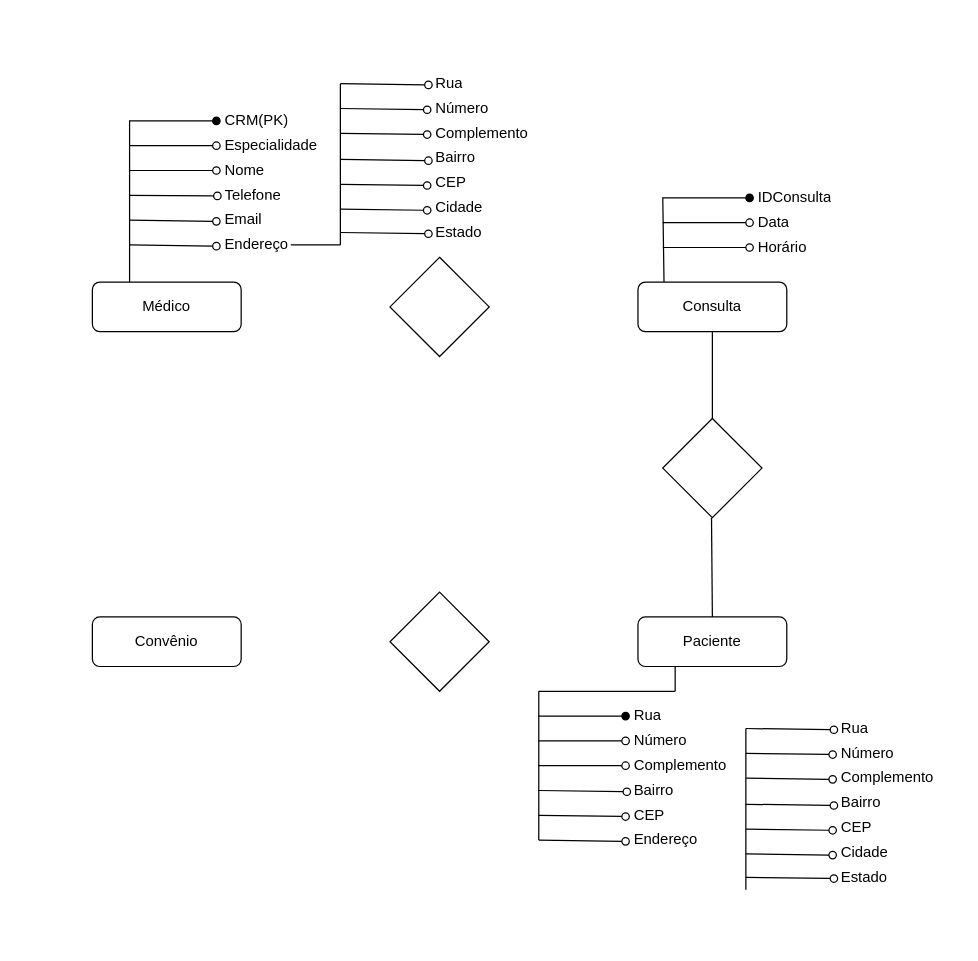
The draw.io diagram Diagrama Clinica médica.drawio in lucassenderski/Diagramas, before the edit. Source tidied: cells renumbered, new cells numbered last; positions are measured from the earlier drawing's top-left corner, leaving out a move shared by most shapes. Both pictures are drawn from the tidied source at 124%, with x=0, y=0 at pixel (92, 71).
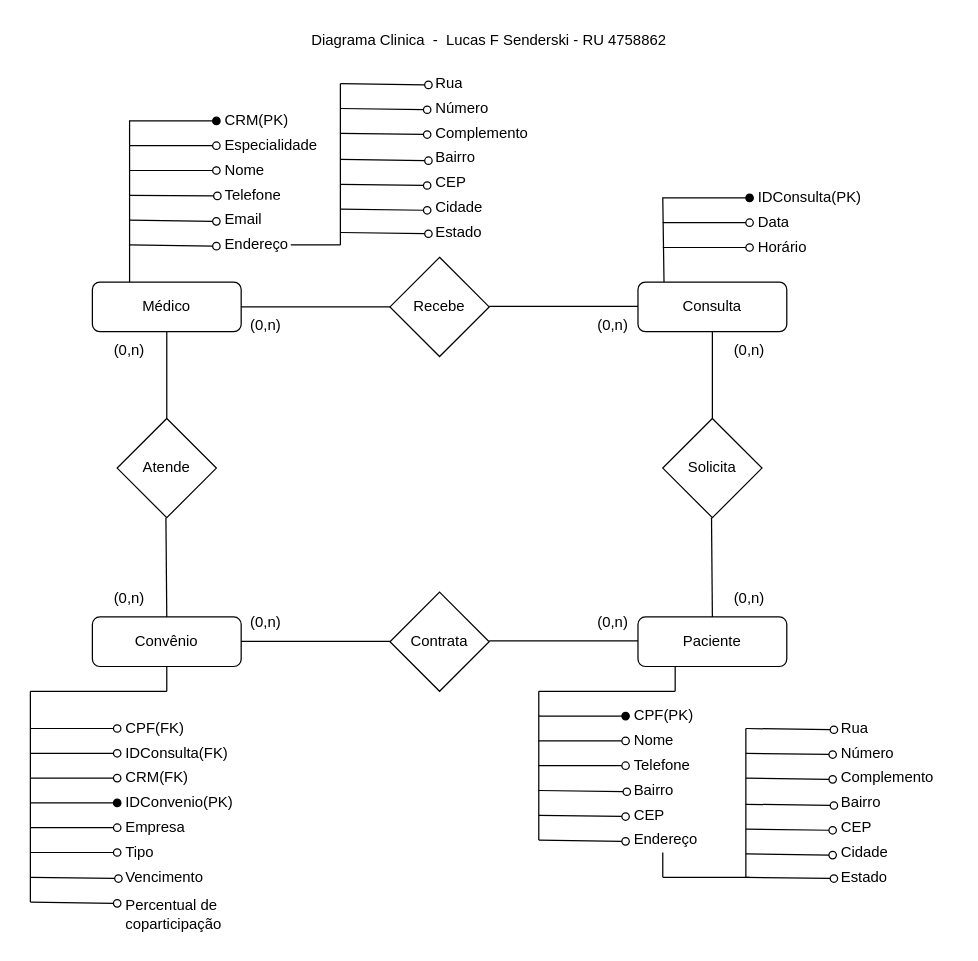
After the change.

Unchanged cells that the change refers to:
```xml
<mxCell id="2" value="Médico" style="rounded=1;whiteSpace=wrap;html=1;fontSize=12;glass=0;strokeWidth=1;shadow=0;" parent="1" vertex="1">
  <mxGeometry y="170" width="120" height="40" as="geometry" />
</mxCell>
```

What changed in the source:
```diff
@@
-    <mxCell id="6" style="rhombus;whiteSpace=wrap;html=1;" parent="1" vertex="1">
+    <mxCell id="6" value="Recebe" style="rhombus;whiteSpace=wrap;html=1;" parent="1" vertex="1">
       <mxGeometry x="240" y="150" width="80" height="80" as="geometry" />
     </mxCell>
-    <mxCell id="7" style="rhombus;whiteSpace=wrap;html=1;" parent="1" vertex="1">
+    <mxCell id="7" value="Contrata" style="rhombus;whiteSpace=wrap;html=1;" parent="1" vertex="1">
       <mxGeometry x="240" y="420" width="80" height="80" as="geometry" />
     </mxCell>
@@
-    <mxCell id="38" value="IDConsulta" style="shape=partialRectangle;html=1;whiteSpace=wrap;strokeColor=inherit;overflow=hidden;fillColor=none;top=0;left=0;bottom=0;right=0;fontSize=12;align=left;spacingLeft=5;" parent="1" vertex="1">
+    <mxCell id="38" value="IDConsulta(PK)" style="shape=partialRectangle;html=1;whiteSpace=wrap;strokeColor=inherit;overflow=hidden;fillColor=none;top=0;left=0;bottom=0;right=0;fontSize=12;align=left;spacingLeft=5;" parent="1" vertex="1">
       <mxGeometry x="530" y="92.1" width="100" height="20" as="geometry" />
     </mxCell>
@@
-    <mxCell id="51" style="rhombus;whiteSpace=wrap;html=1;" parent="1" vertex="1">
+    <mxCell id="51" value="Solicita" style="rhombus;whiteSpace=wrap;html=1;" parent="1" vertex="1">
       <mxGeometry x="460" y="280" width="80" height="80" as="geometry" />
     </mxCell>
@@
     <mxCell id="57" style="endArrow=none;html=1;rounded=0;" parent="1" edge="1">
       <mxGeometry relative="1" as="geometry">
-        <mxPoint x="527" y="660" as="sourcePoint" />
+        <mxPoint x="527" y="650" as="sourcePoint" />
         <mxPoint x="527" y="530" as="targetPoint" />
       </mxGeometry>
     </mxCell>
@@
-    <mxCell id="78" value="Número" style="shape=partialRectangle;html=1;whiteSpace=wrap;strokeColor=inherit;overflow=hidden;fillColor=none;top=0;left=0;bottom=0;right=0;fontSize=12;align=left;spacingLeft=5;" parent="1" vertex="1">
+    <mxCell id="78" value="Nome" style="shape=partialRectangle;html=1;whiteSpace=wrap;strokeColor=inherit;overflow=hidden;fillColor=none;top=0;left=0;bottom=0;right=0;fontSize=12;align=left;spacingLeft=5;" parent="1" vertex="1">
       <mxGeometry x="430" y="530" width="100" height="20" as="geometry" />
     </mxCell>
-    <mxCell id="79" value="Rua" style="shape=partialRectangle;html=1;whiteSpace=wrap;strokeColor=inherit;overflow=hidden;fillColor=none;top=0;left=0;bottom=0;right=0;fontSize=12;align=left;spacingLeft=5;" parent="1" vertex="1">
+    <mxCell id="79" value="CPF(PK)" style="shape=partialRectangle;html=1;whiteSpace=wrap;strokeColor=inherit;overflow=hidden;fillColor=none;top=0;left=0;bottom=0;right=0;fontSize=12;align=left;spacingLeft=5;" parent="1" vertex="1">
       <mxGeometry x="430" y="510" width="100" height="20" as="geometry" />
     </mxCell>
-    <mxCell id="80" value="Complemento" style="shape=partialRectangle;html=1;whiteSpace=wrap;strokeColor=inherit;overflow=hidden;fillColor=none;top=0;left=0;bottom=0;right=0;fontSize=12;align=left;spacingLeft=5;" parent="1" vertex="1">
+    <mxCell id="80" value="Telefone" style="shape=partialRectangle;html=1;whiteSpace=wrap;strokeColor=inherit;overflow=hidden;fillColor=none;top=0;left=0;bottom=0;right=0;fontSize=12;align=left;spacingLeft=5;" parent="1" vertex="1">
       <mxGeometry x="430" y="550" width="100" height="20" as="geometry" />
     </mxCell>
@@
+    <mxCell id="84" style="endArrow=none;html=1;rounded=0;" parent="1" edge="1">
+      <mxGeometry relative="1" as="geometry">
+        <mxPoint x="460" y="650" as="sourcePoint" />
+        <mxPoint x="530" y="650" as="targetPoint" />
+      </mxGeometry>
+    </mxCell>
+    <mxCell id="85" style="endArrow=none;html=1;rounded=0;" parent="1" edge="1">
+      <mxGeometry relative="1" as="geometry">
+        <mxPoint x="460" y="650" as="sourcePoint" />
+        <mxPoint x="460" y="630" as="targetPoint" />
+      </mxGeometry>
+    </mxCell>
+    <mxCell id="86" style="endArrow=oval;html=1;rounded=0;endFill=1;entryX=0;entryY=0.5;entryDx=0;entryDy=0;" parent="1" edge="1">
+      <mxGeometry relative="1" as="geometry">
+        <mxPoint x="-50" y="670" as="sourcePoint" />
+        <mxPoint x="20" y="590" as="targetPoint" />
+        <Array as="points">
+          <mxPoint x="-50" y="500" />
+          <mxPoint x="-50" y="590" />
+        </Array>
+      </mxGeometry>
+    </mxCell>
+    <mxCell id="87" style="endArrow=oval;html=1;rounded=0;endFill=0;" parent="1" edge="1">
+      <mxGeometry relative="1" as="geometry">
+        <mxPoint x="-50" y="610" as="sourcePoint" />
+        <mxPoint x="20" y="610" as="targetPoint" />
+        <Array as="points">
+          <mxPoint x="-50" y="610" />
+        </Array>
+      </mxGeometry>
+    </mxCell>
+    <mxCell id="88" style="endArrow=oval;html=1;rounded=0;endFill=0;" parent="1" edge="1">
+      <mxGeometry relative="1" as="geometry">
+        <mxPoint x="-50" y="630" as="sourcePoint" />
+        <mxPoint x="20" y="630" as="targetPoint" />
+        <Array as="points">
+          <mxPoint x="-50" y="630" />
+        </Array>
+      </mxGeometry>
+    </mxCell>
+    <mxCell id="89" style="endArrow=oval;html=1;rounded=0;endFill=0;entryX=0.008;entryY=0.7;entryDx=0;entryDy=0;entryPerimeter=0;" parent="1" edge="1">
+      <mxGeometry relative="1" as="geometry">
+        <mxPoint x="-50" y="650" as="sourcePoint" />
+        <mxPoint x="21" y="651" as="targetPoint" />
+      </mxGeometry>
+    </mxCell>
+    <mxCell id="90" style="endArrow=oval;html=1;rounded=0;endFill=0;entryX=0.008;entryY=0.7;entryDx=0;entryDy=0;entryPerimeter=0;" parent="1" edge="1">
+      <mxGeometry relative="1" as="geometry">
+        <mxPoint x="-50" y="670" as="sourcePoint" />
+        <mxPoint x="20" y="671" as="targetPoint" />
+      </mxGeometry>
+    </mxCell>
+    <mxCell id="91" style="endArrow=none;html=1;rounded=0;entryX=0.25;entryY=1;entryDx=0;entryDy=0;" parent="1" edge="1">
+      <mxGeometry relative="1" as="geometry">
+        <mxPoint x="60" y="500" as="sourcePoint" />
+        <mxPoint x="60" y="480" as="targetPoint" />
+      </mxGeometry>
+    </mxCell>
+    <mxCell id="92" style="endArrow=none;html=1;rounded=0;" parent="1" edge="1">
+      <mxGeometry relative="1" as="geometry">
+        <mxPoint x="-50" y="500" as="sourcePoint" />
+        <mxPoint x="60" y="500" as="targetPoint" />
+      </mxGeometry>
+    </mxCell>
+    <mxCell id="93" value="Empresa" style="shape=partialRectangle;html=1;whiteSpace=wrap;strokeColor=inherit;overflow=hidden;fillColor=none;top=0;left=0;bottom=0;right=0;fontSize=12;align=left;spacingLeft=5;" parent="1" vertex="1">
+      <mxGeometry x="20" y="600" width="100" height="20" as="geometry" />
+    </mxCell>
+    <mxCell id="94" value="IDConvenio(PK)" style="shape=partialRectangle;html=1;whiteSpace=wrap;strokeColor=inherit;overflow=hidden;fillColor=none;top=0;left=0;bottom=0;right=0;fontSize=12;align=left;spacingLeft=5;" parent="1" vertex="1">
+      <mxGeometry x="20" y="580" width="100" height="20" as="geometry" />
+    </mxCell>
+    <mxCell id="95" value="Tipo" style="shape=partialRectangle;html=1;whiteSpace=wrap;strokeColor=inherit;overflow=hidden;fillColor=none;top=0;left=0;bottom=0;right=0;fontSize=12;align=left;spacingLeft=5;" parent="1" vertex="1">
+      <mxGeometry x="20" y="620" width="100" height="20" as="geometry" />
+    </mxCell>
+    <mxCell id="96" value="Percentual de coparticipação" style="shape=partialRectangle;html=1;whiteSpace=wrap;strokeColor=inherit;overflow=hidden;fillColor=none;top=0;left=0;bottom=0;right=0;fontSize=12;align=left;spacingLeft=5;" parent="1" vertex="1">
+      <mxGeometry x="20" y="660" width="90" height="40" as="geometry" />
+    </mxCell>
+    <mxCell id="97" value="Vencimento" style="shape=partialRectangle;html=1;whiteSpace=wrap;strokeColor=inherit;overflow=hidden;fillColor=none;top=0;left=0;bottom=0;right=0;fontSize=12;align=left;spacingLeft=5;" parent="1" vertex="1">
+      <mxGeometry x="20" y="640" width="100" height="20" as="geometry" />
+    </mxCell>
+    <mxCell id="98" value="(0,n)" style="text;html=1;align=center;verticalAlign=middle;whiteSpace=wrap;rounded=0;" parent="1" vertex="1">
+      <mxGeometry x="110" y="190" width="60" height="30" as="geometry" />
+    </mxCell>
+    <mxCell id="99" value="(0,n)" style="text;html=1;align=center;verticalAlign=middle;whiteSpace=wrap;rounded=0;" parent="1" vertex="1">
+      <mxGeometry x="390" y="190" width="60" height="30" as="geometry" />
+    </mxCell>
+    <mxCell id="100" value="(0,n)" style="text;html=1;align=center;verticalAlign=middle;whiteSpace=wrap;rounded=0;" parent="1" vertex="1">
+      <mxGeometry x="500" y="410" width="60" height="30" as="geometry" />
+    </mxCell>
+    <mxCell id="101" value="(0,n)" style="text;html=1;align=center;verticalAlign=middle;whiteSpace=wrap;rounded=0;" parent="1" vertex="1">
+      <mxGeometry x="390" y="430" width="60" height="30" as="geometry" />
+    </mxCell>
+    <mxCell id="102" value="(0,n)" style="text;html=1;align=center;verticalAlign=middle;whiteSpace=wrap;rounded=0;" parent="1" vertex="1">
+      <mxGeometry x="110" y="430" width="60" height="30" as="geometry" />
+    </mxCell>
+    <mxCell id="103" value="(0,n)" style="text;html=1;align=center;verticalAlign=middle;whiteSpace=wrap;rounded=0;" parent="1" vertex="1">
+      <mxGeometry y="410" width="60" height="30" as="geometry" />
+    </mxCell>
+    <mxCell id="104" value="(0,n)" style="text;html=1;align=center;verticalAlign=middle;whiteSpace=wrap;rounded=0;" parent="1" vertex="1">
+      <mxGeometry y="210" width="60" height="30" as="geometry" />
+    </mxCell>
+    <mxCell id="105" value="Atende" style="rhombus;whiteSpace=wrap;html=1;" parent="1" vertex="1">
+      <mxGeometry x="20" y="280" width="80" height="80" as="geometry" />
+    </mxCell>
+    <mxCell id="106" style="endArrow=none;html=1;rounded=0;entryX=0.5;entryY=1;entryDx=0;entryDy=0;exitX=0.5;exitY=0;exitDx=0;exitDy=0;" parent="1" edge="1" source="105">
+      <mxGeometry relative="1" as="geometry">
+        <mxPoint x="60" y="210" as="targetPoint" />
+      </mxGeometry>
+    </mxCell>
+    <mxCell id="107" style="endArrow=none;html=1;rounded=0;entryX=0.5;entryY=1;entryDx=0;entryDy=0;exitX=0.5;exitY=0;exitDx=0;exitDy=0;" parent="1" edge="1">
+      <mxGeometry relative="1" as="geometry">
+        <mxPoint x="60" y="440" as="sourcePoint" />
+        <mxPoint x="59.3" y="360" as="targetPoint" />
+      </mxGeometry>
+    </mxCell>
+    <mxCell id="108" style="endArrow=none;html=1;rounded=0;exitX=1;exitY=0.5;exitDx=0;exitDy=0;entryX=0;entryY=0.5;entryDx=0;entryDy=0;" parent="1" edge="1" source="2" target="6">
+      <mxGeometry relative="1" as="geometry" />
+    </mxCell>
+    <mxCell id="109" style="endArrow=none;html=1;rounded=0;exitX=1;exitY=0.5;exitDx=0;exitDy=0;entryX=0;entryY=0.5;entryDx=0;entryDy=0;" parent="1" edge="1">
+      <mxGeometry relative="1" as="geometry">
+        <mxPoint x="320" y="189.6" as="sourcePoint" />
+        <mxPoint x="440" y="189.6" as="targetPoint" />
+      </mxGeometry>
+    </mxCell>
+    <mxCell id="110" value="(0,n)" style="text;html=1;align=center;verticalAlign=middle;whiteSpace=wrap;rounded=0;" parent="1" vertex="1">
+      <mxGeometry x="500" y="210" width="60" height="30" as="geometry" />
+    </mxCell>
+    <mxCell id="111" style="endArrow=none;html=1;rounded=0;exitX=1;exitY=0.5;exitDx=0;exitDy=0;entryX=0;entryY=0.5;entryDx=0;entryDy=0;" parent="1" edge="1">
+      <mxGeometry relative="1" as="geometry">
+        <mxPoint x="120" y="459.8" as="sourcePoint" />
+        <mxPoint x="240" y="459.8" as="targetPoint" />
+      </mxGeometry>
+    </mxCell>
+    <mxCell id="112" style="endArrow=none;html=1;rounded=0;exitX=1;exitY=0.5;exitDx=0;exitDy=0;entryX=0;entryY=0.5;entryDx=0;entryDy=0;" parent="1" edge="1">
+      <mxGeometry relative="1" as="geometry">
+        <mxPoint x="320" y="459.3" as="sourcePoint" />
+        <mxPoint x="440" y="459.3" as="targetPoint" />
+      </mxGeometry>
+    </mxCell>
+    <mxCell id="113" value="CRM(FK)" style="shape=partialRectangle;html=1;whiteSpace=wrap;strokeColor=inherit;overflow=hidden;fillColor=none;top=0;left=0;bottom=0;right=0;fontSize=12;align=left;spacingLeft=5;" parent="1" vertex="1">
+      <mxGeometry x="20" y="560" width="100" height="20" as="geometry" />
+    </mxCell>
+    <mxCell id="114" style="endArrow=oval;html=1;rounded=0;endFill=0;" parent="1" edge="1">
+      <mxGeometry relative="1" as="geometry">
+        <mxPoint x="-50" y="570" as="sourcePoint" />
+        <mxPoint x="20" y="570" as="targetPoint" />
+        <Array as="points">
+          <mxPoint x="-50" y="570" />
+        </Array>
+      </mxGeometry>
+    </mxCell>
+    <mxCell id="115" style="endArrow=oval;html=1;rounded=0;endFill=0;" parent="1" edge="1">
+      <mxGeometry relative="1" as="geometry">
+        <mxPoint x="-50" y="550" as="sourcePoint" />
+        <mxPoint x="20" y="550" as="targetPoint" />
+        <Array as="points">
+          <mxPoint x="-50" y="550" />
+        </Array>
+      </mxGeometry>
+    </mxCell>
+    <mxCell id="116" value="CPF(FK)" style="shape=partialRectangle;html=1;whiteSpace=wrap;strokeColor=inherit;overflow=hidden;fillColor=none;top=0;left=0;bottom=0;right=0;fontSize=12;align=left;spacingLeft=5;" parent="1" vertex="1">
+      <mxGeometry x="20" y="520" width="100" height="20" as="geometry" />
+    </mxCell>
+    <mxCell id="117" value="IDConsulta(FK)" style="shape=partialRectangle;html=1;whiteSpace=wrap;strokeColor=inherit;overflow=hidden;fillColor=none;top=0;left=0;bottom=0;right=0;fontSize=12;align=left;spacingLeft=5;" parent="1" vertex="1">
+      <mxGeometry x="20" y="540" width="100" height="20" as="geometry" />
+    </mxCell>
+    <mxCell id="118" style="endArrow=oval;html=1;rounded=0;endFill=0;" parent="1" edge="1">
+      <mxGeometry relative="1" as="geometry">
+        <mxPoint x="-50" y="530" as="sourcePoint" />
+        <mxPoint x="20" y="530" as="targetPoint" />
+        <Array as="points">
+          <mxPoint x="-50" y="530" />
+        </Array>
+      </mxGeometry>
+    </mxCell>
+    <mxCell id="119" value="Diagrama Clinica&amp;nbsp; -&amp;nbsp; Lucas F Senderski - RU 4758862" style="text;html=1;align=center;verticalAlign=middle;whiteSpace=wrap;rounded=0;" parent="1" vertex="1">
+      <mxGeometry x="140" y="-40" width="360" height="30" as="geometry" />
+    </mxCell>
```
